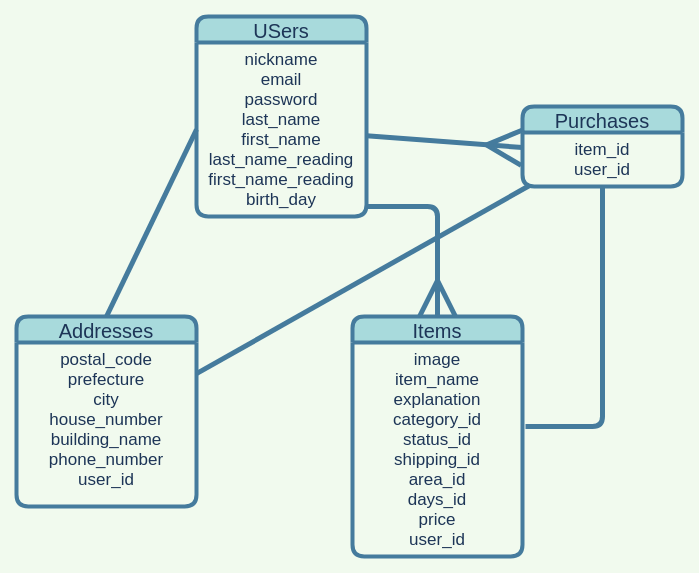
Before: furima.dio in ryoji911/furima-32480, a draw.io diagram. Source tidied: cells renumbered, new cells numbered last; positions are measured from the earlier drawing's top-left corner, leaving out a move shared by most shapes. Both pictures are drawn from the tidied source at 100%, with x=0, y=0 at pixel (16, 16).
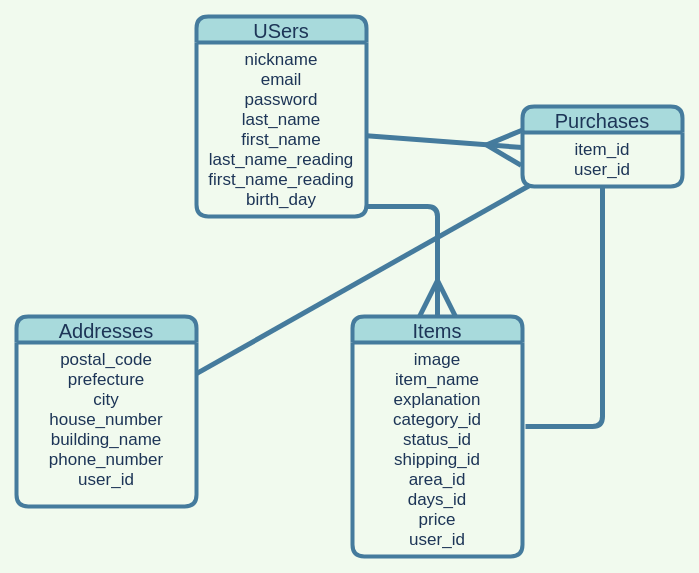
The same page after the edit.

Commit message (it also covers changes not shown here):
データベース設計の修正５

What changed in the source:
```diff
@@
 <mxGraphModel background="#F1FAEE">
   <root>
     <mxCell id="0" />
     <mxCell id="1" parent="0" />
     <mxCell id="2" value="USers" style="swimlane;fontStyle=0;horizontal=1;startSize=26;align=center;fontSize=20;labelBackgroundColor=none;fillColor=#A8DADC;fontColor=#1D3557;strokeWidth=4;strokeColor=#457B9D;rounded=1;" parent="1" vertex="1">
       <mxGeometry x="180" width="170" height="200" as="geometry" />
     </mxCell>
     <mxCell id="3" value="nickname&#10;email&#10;password&#10;last_name&#10;first_name&#10;last_name_reading&#10;first_name_reading&#10;birth_day&#10;" style="text;strokeColor=none;fillColor=none;spacingLeft=4;spacingRight=4;overflow=hidden;points=[[0,0.5],[1,0.5]];portConstraint=eastwest;fontSize=17;align=center;fontColor=#1D3557;rounded=1;" parent="2" vertex="1">
       <mxGeometry y="26" width="170" height="174" as="geometry" />
     </mxCell>
     <mxCell id="4" value="Items" style="swimlane;fontStyle=0;horizontal=1;startSize=26;align=center;fontSize=20;labelBackgroundColor=none;strokeWidth=4;fillColor=#A8DADC;fontColor=#1D3557;strokeColor=#457B9D;rounded=1;" parent="1" vertex="1">
       <mxGeometry x="336" y="300" width="170" height="240" as="geometry" />
     </mxCell>
     <mxCell id="5" value="image&#10;item_name&#10;explanation&#10;category_id&#10;status_id&#10;shipping_id&#10;area_id&#10;days_id&#10;price&#10;user_id" style="text;strokeColor=none;fillColor=none;spacingLeft=4;spacingRight=4;overflow=hidden;fontSize=17;align=center;fontColor=#1D3557;rounded=1;" parent="4" vertex="1">
       <mxGeometry y="26" width="170" height="214" as="geometry" />
     </mxCell>
     <mxCell id="6" value="Addresses" style="swimlane;fontStyle=0;horizontal=1;startSize=26;align=center;fontSize=20;labelBackgroundColor=none;strokeWidth=4;fillColor=#A8DADC;fontColor=#1D3557;strokeColor=#457B9D;rounded=1;" parent="1" vertex="1">
       <mxGeometry y="300" width="180" height="190" as="geometry" />
     </mxCell>
     <mxCell id="7" value="postal_code&#10;prefecture&#10;city&#10;house_number&#10;building_name&#10;phone_number&#10;user_id" style="text;strokeColor=none;fillColor=none;spacingLeft=4;spacingRight=4;overflow=hidden;points=[[0,0.5],[1,0.5]];portConstraint=eastwest;fontSize=17;align=center;fontColor=#1D3557;rounded=1;" parent="6" vertex="1">
       <mxGeometry y="26" width="180" height="164" as="geometry" />
     </mxCell>
     <mxCell id="8" value="Purchases" style="swimlane;fontStyle=0;horizontal=1;startSize=26;align=center;fontSize=20;labelBackgroundColor=none;strokeWidth=4;fillColor=#A8DADC;fontColor=#1D3557;strokeColor=#457B9D;rounded=1;" parent="1" vertex="1">
       <mxGeometry x="506" y="90" width="160" height="80" as="geometry" />
     </mxCell>
     <mxCell id="9" style="edgeStyle=none;jettySize=auto;html=1;entryX=0;entryY=0.278;entryDx=0;entryDy=0;entryPerimeter=0;endSize=30;strokeWidth=5;fontSize=20;endArrow=ERmany;endFill=0;strokeColor=#457B9D;fontColor=#1D3557;labelBackgroundColor=#F1FAEE;" parent="1" edge="1" source="3" target="11">
       <mxGeometry relative="1" as="geometry" />
     </mxCell>
     <mxCell id="10" style="edgeStyle=none;jettySize=auto;html=1;endArrow=none;endFill=0;endSize=20;strokeWidth=5;fontSize=20;strokeColor=#457B9D;fontColor=#1D3557;labelBackgroundColor=#F1FAEE;" parent="1" edge="1" source="11">
       <mxGeometry relative="1" as="geometry">
         <mxPoint x="509" y="410" as="targetPoint" />
         <Array as="points">
           <mxPoint x="586" y="410" />
         </Array>
       </mxGeometry>
     </mxCell>
     <mxCell id="11" value="item_id&#10;user_id&#10;" style="text;strokeColor=none;fillColor=none;spacingLeft=4;spacingRight=4;overflow=hidden;points=[[0,0.5],[1,0.5]];portConstraint=eastwest;fontSize=17;align=center;fontColor=#1D3557;rounded=1;" parent="1" vertex="1">
       <mxGeometry x="506" y="116" width="160" height="54" as="geometry" />
     </mxCell>
-    <mxCell id="12" style="edgeStyle=none;jettySize=auto;html=1;exitX=0;exitY=0.5;exitDx=0;exitDy=0;entryX=0.5;entryY=0;entryDx=0;entryDy=0;endArrow=none;endFill=0;endSize=20;strokeWidth=5;fontSize=20;strokeColor=#457B9D;fontColor=#1D3557;labelBackgroundColor=#F1FAEE;" parent="1" edge="1" source="3" target="6">
-      <mxGeometry relative="1" as="geometry" />
-    </mxCell>
     <mxCell id="13" style="edgeStyle=none;jettySize=auto;html=1;entryX=0.5;entryY=0;entryDx=0;entryDy=0;endArrow=ERmany;endFill=0;endSize=30;strokeWidth=5;fontSize=20;strokeColor=#457B9D;fontColor=#1D3557;labelBackgroundColor=#F1FAEE;" parent="1" edge="1" target="4">
       <mxGeometry relative="1" as="geometry">
         <mxPoint x="351" y="190" as="sourcePoint" />
         <Array as="points">
           <mxPoint x="421" y="190" />
         </Array>
       </mxGeometry>
     </mxCell>
     <mxCell id="14" style="edgeStyle=none;jettySize=auto;html=1;entryX=0.044;entryY=0.981;entryDx=0;entryDy=0;endArrow=none;endFill=0;endSize=30;strokeWidth=5;fontSize=20;strokeColor=#457B9D;fontColor=#1D3557;labelBackgroundColor=#F1FAEE;entryPerimeter=0;" parent="1" edge="1" source="7" target="11">
       <mxGeometry relative="1" as="geometry" />
     </mxCell>
   </root>
 </mxGraphModel>
```
